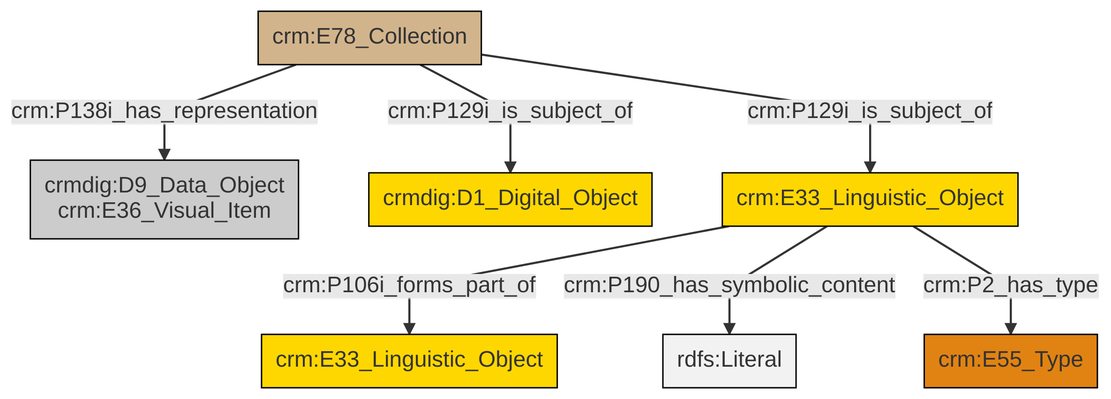
The Mermaid diagram et/archivalCSV/ttl/mmd/png/archival_docs.png in swiss-art-research-net/docs.swissartresearch, before a commit. Its source is kept beside it as et/archivalCSV/ttl/mmd/archival_docs.ttl.mmd.
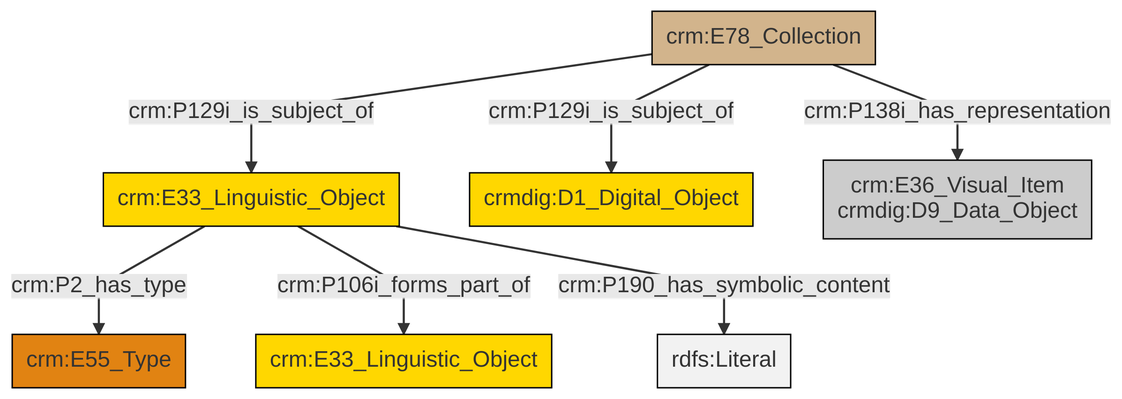
Above is the later version.

The edit, as a diff of the source:
```diff
@@ -13,9 +13,9 @@
 classDef PC_Classes fill:#4ce600, stroke:#000000;
 classDef Multi fill:#cccccc,stroke:#000000;
 
-0["crm:E78_Collection"]:::Physical_Thing -->|crm:P138i_has_representation| 1["crmdig:D9_Data_Object<br>crm:E36_Visual_Item"]:::Multi
-0["crm:E78_Collection"]:::Physical_Thing -->|crm:P129i_is_subject_of| 7["crm:E33_Linguistic_Object"]:::Conceptual_Object
-0["crm:E78_Collection"]:::Physical_Thing -->|crm:P129i_is_subject_of| 2["crmdig:D1_Digital_Object"]:::Conceptual_Object
-7["crm:E33_Linguistic_Object"]:::Conceptual_Object -->|crm:P106i_forms_part_of| 11["crm:E33_Linguistic_Object"]:::Conceptual_Object
-7["crm:E33_Linguistic_Object"]:::Conceptual_Object -->|crm:P190_has_symbolic_content| 14[rdfs:Literal]:::Literal
-7["crm:E33_Linguistic_Object"]:::Conceptual_Object -->|crm:P2_has_type| 5["crm:E55_Type"]:::Type
+0["crm:E33_Linguistic_Object"]:::Conceptual_Object -->|crm:P2_has_type| 1["crm:E55_Type"]:::Type
+0["crm:E33_Linguistic_Object"]:::Conceptual_Object -->|crm:P106i_forms_part_of| 2["crm:E33_Linguistic_Object"]:::Conceptual_Object
+3["crm:E78_Collection"]:::Physical_Thing -->|crm:P129i_is_subject_of| 4["crmdig:D1_Digital_Object"]:::Conceptual_Object
+0["crm:E33_Linguistic_Object"]:::Conceptual_Object -->|crm:P190_has_symbolic_content| 5[rdfs:Literal]:::Literal
+3["crm:E78_Collection"]:::Physical_Thing -->|crm:P138i_has_representation| 7["crm:E36_Visual_Item<br>crmdig:D9_Data_Object"]:::Multi
+3["crm:E78_Collection"]:::Physical_Thing -->|crm:P129i_is_subject_of| 0["crm:E33_Linguistic_Object"]:::Conceptual_Object
```
